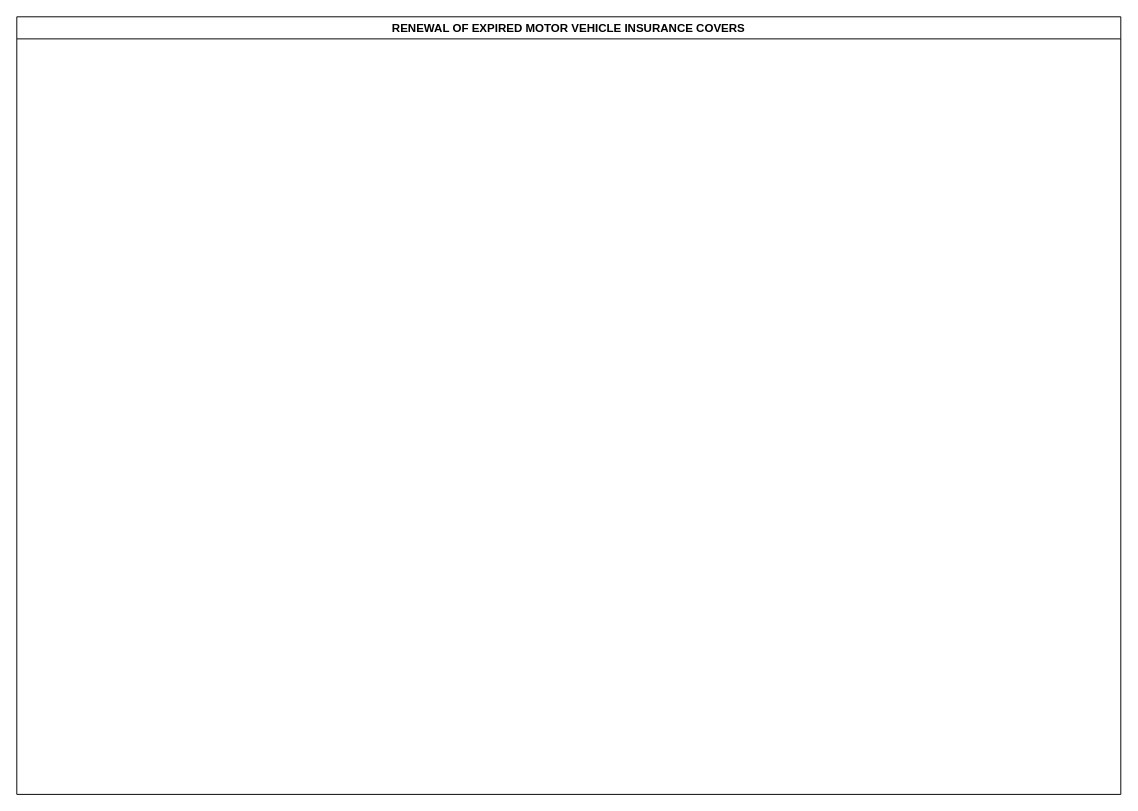
Before: LC-Training-RENEWAL OF EXPIRED MOTOR VEHICLE INSURANCE COVERS.drawio in kmagua/flowcharts, a draw.io diagram. Source tidied: cells renumbered, new cells numbered last; positions are measured from the earlier drawing's top-left corner, leaving out a move shared by most shapes. Both pictures are drawn from the tidied source at 96%, with x=0, y=0 at pixel (16, 16).
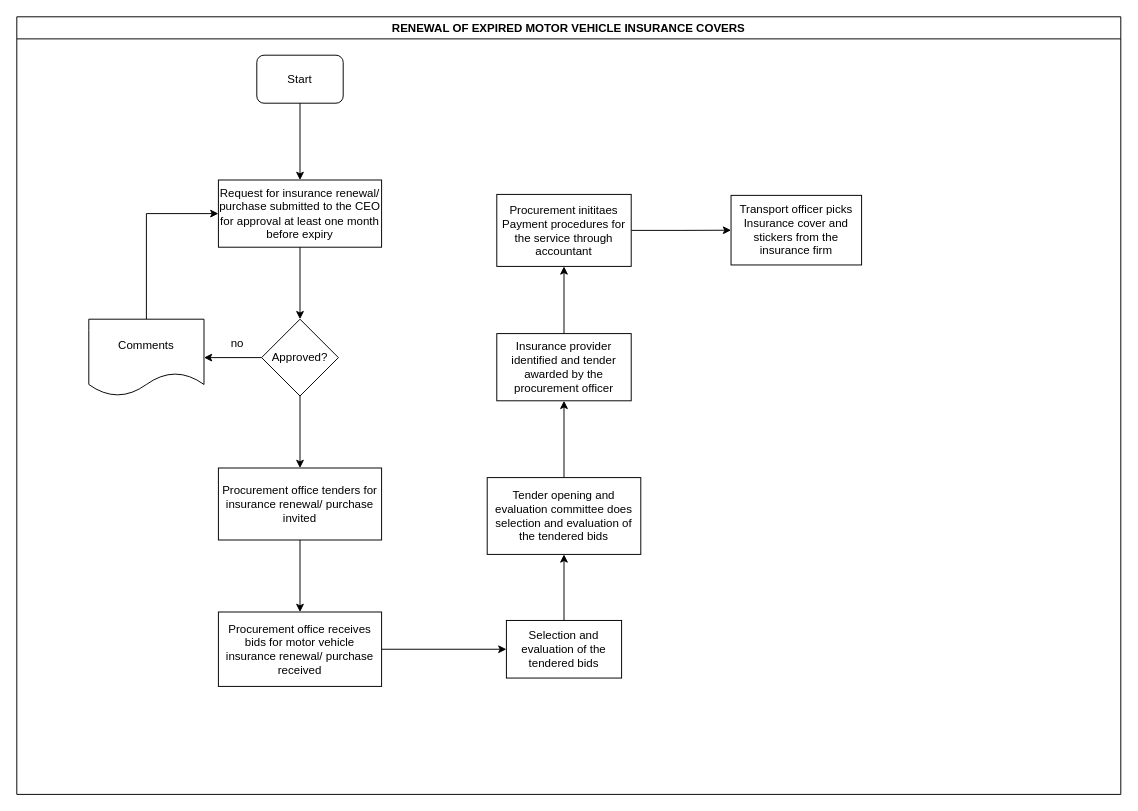
The same diagram, later.

Unchanged cells that the change refers to:
```xml
<mxCell id="2" value="RENEWAL OF EXPIRED MOTOR VEHICLE INSURANCE COVERS" style="swimlane;" parent="1" vertex="1">
  <mxGeometry width="1150" height="810" as="geometry" />
</mxCell>
```

Change to the diagram source:
```diff
@@
+    <mxCell id="3" value="Start" style="rounded=1;whiteSpace=wrap;html=1;" parent="2" vertex="1">
+      <mxGeometry x="250" y="40" width="90" height="50" as="geometry" />
+    </mxCell>
+    <mxCell id="4" value="Request for insurance renewal/ purchase submitted to the CEO for approval at least one month before expiry" style="rounded=0;whiteSpace=wrap;html=1;" parent="2" vertex="1">
+      <mxGeometry x="210" y="170" width="170" height="70" as="geometry" />
+    </mxCell>
+    <mxCell id="5" style="edgeStyle=orthogonalEdgeStyle;rounded=0;jettySize=auto;html=1;" parent="2" edge="1" source="3" target="4">
+      <mxGeometry relative="1" as="geometry" />
+    </mxCell>
+    <mxCell id="6" value="no" style="text;html=1;strokeColor=none;fillColor=none;align=center;verticalAlign=middle;whiteSpace=wrap;rounded=0;" parent="2" vertex="1">
+      <mxGeometry x="210" y="330" width="40" height="20" as="geometry" />
+    </mxCell>
+    <mxCell id="7" value="Procurement office tenders for insurance renewal/ purchase invited" style="whiteSpace=wrap;html=1;rounded=0;" parent="2" vertex="1">
+      <mxGeometry x="210" y="470" width="170" height="75" as="geometry" />
+    </mxCell>
+    <mxCell id="8" value="Procurement office receives bids for motor vehicle insurance renewal/ purchase received" style="whiteSpace=wrap;html=1;rounded=0;" parent="2" vertex="1">
+      <mxGeometry x="210" y="620" width="170" height="77.5" as="geometry" />
+    </mxCell>
+    <mxCell id="9" style="edgeStyle=orthogonalEdgeStyle;rounded=0;jettySize=auto;html=1;" parent="2" edge="1" source="7" target="8">
+      <mxGeometry relative="1" as="geometry" />
+    </mxCell>
+    <mxCell id="10" value="Selection and evaluation of the tendered bids" style="whiteSpace=wrap;html=1;rounded=0;" parent="2" vertex="1">
+      <mxGeometry x="510" y="628.8" width="120" height="60" as="geometry" />
+    </mxCell>
+    <mxCell id="11" style="edgeStyle=orthogonalEdgeStyle;rounded=0;jettySize=auto;html=1;" parent="2" edge="1" source="8" target="10">
+      <mxGeometry relative="1" as="geometry" />
+    </mxCell>
+    <mxCell id="12" style="edgeStyle=orthogonalEdgeStyle;rounded=0;jettySize=auto;html=1;" parent="1" edge="1" source="14" target="17">
+      <mxGeometry relative="1" as="geometry" />
+    </mxCell>
+    <mxCell id="13" style="edgeStyle=orthogonalEdgeStyle;rounded=0;jettySize=auto;html=1;" parent="1" edge="1" source="14" target="7">
+      <mxGeometry relative="1" as="geometry" />
+    </mxCell>
+    <mxCell id="14" value="Approved?" style="rhombus;whiteSpace=wrap;html=1;rounded=0;" parent="1" vertex="1">
+      <mxGeometry x="255" y="315" width="80" height="80" as="geometry" />
+    </mxCell>
+    <mxCell id="15" style="edgeStyle=orthogonalEdgeStyle;rounded=0;jettySize=auto;html=1;" parent="1" edge="1" source="4" target="14">
+      <mxGeometry relative="1" as="geometry" />
+    </mxCell>
+    <mxCell id="16" style="edgeStyle=orthogonalEdgeStyle;rounded=0;jettySize=auto;html=1;entryX=0;entryY=0.5;entryDx=0;entryDy=0;" parent="1" edge="1" source="17" target="4">
+      <mxGeometry relative="1" as="geometry">
+        <Array as="points">
+          <mxPoint x="135" y="205" />
+        </Array>
+      </mxGeometry>
+    </mxCell>
+    <mxCell id="17" value="Comments" style="shape=document;whiteSpace=wrap;html=1;boundedLbl=1;rounded=0;" parent="1" vertex="1">
+      <mxGeometry x="75" y="315" width="120" height="80" as="geometry" />
+    </mxCell>
+    <mxCell id="18" style="edgeStyle=orthogonalEdgeStyle;rounded=0;jettySize=auto;html=1;" parent="1" edge="1" source="19" target="22">
+      <mxGeometry relative="1" as="geometry" />
+    </mxCell>
+    <mxCell id="19" value="Tender opening and evaluation committee does selection and evaluation of the tendered bids" style="whiteSpace=wrap;html=1;rounded=0;" parent="1" vertex="1">
+      <mxGeometry x="490" y="480" width="160" height="80" as="geometry" />
+    </mxCell>
+    <mxCell id="20" style="edgeStyle=orthogonalEdgeStyle;rounded=0;jettySize=auto;html=1;" parent="1" edge="1" source="10" target="19">
+      <mxGeometry relative="1" as="geometry" />
+    </mxCell>
+    <mxCell id="21" style="edgeStyle=orthogonalEdgeStyle;rounded=0;jettySize=auto;html=1;" parent="1" edge="1" source="22" target="24">
+      <mxGeometry relative="1" as="geometry" />
+    </mxCell>
+    <mxCell id="22" value="Insurance provider identified and tender awarded by the procurement officer" style="whiteSpace=wrap;html=1;rounded=0;" parent="1" vertex="1">
+      <mxGeometry x="500" y="330" width="140" height="70" as="geometry" />
+    </mxCell>
+    <mxCell id="23" style="edgeStyle=orthogonalEdgeStyle;rounded=0;jettySize=auto;html=1;" parent="1" edge="1" source="24" target="25">
+      <mxGeometry relative="1" as="geometry" />
+    </mxCell>
+    <mxCell id="24" value="Procurement inititaes Payment procedures for the service through accountant" style="whiteSpace=wrap;html=1;rounded=0;" parent="1" vertex="1">
+      <mxGeometry x="500" y="185" width="140" height="75" as="geometry" />
+    </mxCell>
+    <mxCell id="25" value="Transport officer picks Insurance cover and stickers from the insurance firm" style="whiteSpace=wrap;html=1;rounded=0;" parent="1" vertex="1">
+      <mxGeometry x="744" y="186" width="136" height="72.5" as="geometry" />
+    </mxCell>
```
